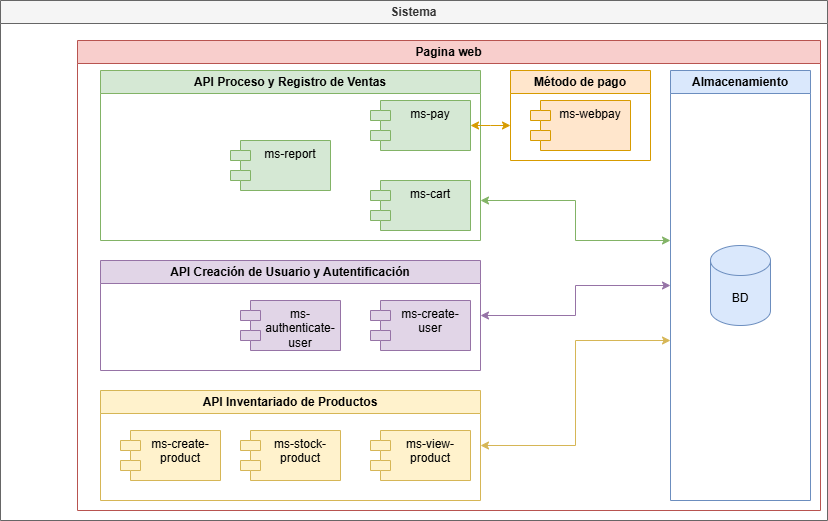
b-cayuela-once/nuevoferremas keeps this draw.io diagram as Diagrama FERREMAS.png. Above is the earlier version. Source tidied: cells renumbered, new cells last; positions are measured from the earlier drawing's top-left corner, leaving out a move shared by most shapes.
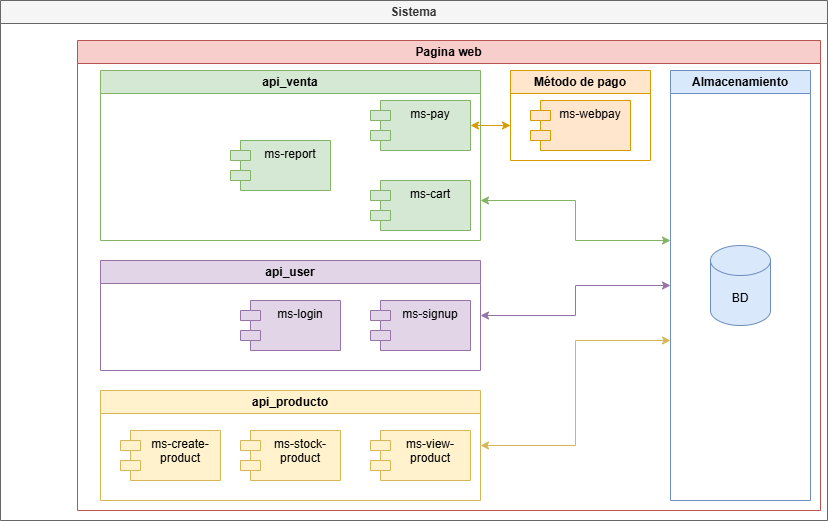
Later version of the same file.

Change to the diagram source:
```diff
@@ -16,13 +16,13 @@
     <mxCell id="5" style="edgeStyle=orthogonalEdgeStyle;rounded=0;jettySize=auto;html=1;entryX=0;entryY=0.5;entryDx=0;entryDy=0;startArrow=classic;startFill=1;strokeColor=#9673a6;fillColor=#e1d5e7;" parent="4" edge="1" source="6" target="14">
       <mxGeometry relative="1" as="geometry" />
     </mxCell>
-    <mxCell id="6" value="API Creación de Usuario y Autentificación" style="swimlane;whiteSpace=wrap;html=1;fillColor=#e1d5e7;strokeColor=#9673a6;" parent="4" vertex="1">
+    <mxCell id="6" value="api_user" style="swimlane;whiteSpace=wrap;html=1;fillColor=#e1d5e7;strokeColor=#9673a6;" parent="4" vertex="1">
       <mxGeometry x="100" y="260" width="380" height="110" as="geometry" />
     </mxCell>
-    <mxCell id="7" value="ms-create-user" style="shape=module;align=left;spacingLeft=20;align=center;verticalAlign=top;whiteSpace=wrap;html=1;fillColor=#e1d5e7;strokeColor=#9673a6;" parent="6" vertex="1">
+    <mxCell id="7" value="ms-signup" style="shape=module;align=left;spacingLeft=20;align=center;verticalAlign=top;whiteSpace=wrap;html=1;fillColor=#e1d5e7;strokeColor=#9673a6;" parent="6" vertex="1">
       <mxGeometry x="270" y="40" width="100" height="50" as="geometry" />
     </mxCell>
-    <mxCell id="8" value="ms-authenticate-user" style="shape=module;align=left;spacingLeft=20;align=center;verticalAlign=top;whiteSpace=wrap;html=1;fillColor=#e1d5e7;strokeColor=#9673a6;" parent="6" vertex="1">
+    <mxCell id="8" value="ms-login" style="shape=module;align=left;spacingLeft=20;align=center;verticalAlign=top;whiteSpace=wrap;html=1;fillColor=#e1d5e7;strokeColor=#9673a6;" parent="6" vertex="1">
       <mxGeometry x="140" y="40" width="100" height="50" as="geometry" />
     </mxCell>
     <mxCell id="9" style="edgeStyle=orthogonalEdgeStyle;rounded=0;jettySize=auto;html=1;startArrow=classic;startFill=1;strokeColor=#d6b656;fillColor=#fff2cc;" parent="4" edge="1" source="10">
@@ -34,7 +34,7 @@
         </Array>
       </mxGeometry>
     </mxCell>
-    <mxCell id="10" value="API Inventariado de Productos" style="swimlane;whiteSpace=wrap;html=1;fillColor=#fff2cc;strokeColor=#d6b656;" parent="4" vertex="1">
+    <mxCell id="10" value="api_producto" style="swimlane;whiteSpace=wrap;html=1;fillColor=#fff2cc;strokeColor=#d6b656;" parent="4" vertex="1">
       <mxGeometry x="100" y="390" width="380" height="110" as="geometry" />
     </mxCell>
     <mxCell id="11" value="ms-stock-product" style="shape=module;align=left;spacingLeft=20;align=center;verticalAlign=top;whiteSpace=wrap;html=1;fillColor=#fff2cc;strokeColor=#d6b656;" parent="10" vertex="1">
@@ -68,7 +68,7 @@
         </Array>
       </mxGeometry>
     </mxCell>
-    <mxCell id="19" value="API Proceso y Registro de Ventas" style="swimlane;whiteSpace=wrap;html=1;fillColor=#d5e8d4;strokeColor=#82b366;" parent="4" vertex="1">
+    <mxCell id="19" value="api_venta" style="swimlane;whiteSpace=wrap;html=1;fillColor=#d5e8d4;strokeColor=#82b366;" parent="4" vertex="1">
       <mxGeometry x="100" y="70" width="380" height="170" as="geometry" />
     </mxCell>
     <mxCell id="20" value="ms-cart" style="shape=module;align=left;spacingLeft=20;align=center;verticalAlign=top;whiteSpace=wrap;html=1;fillColor=#d5e8d4;strokeColor=#82b366;" parent="19" vertex="1">
```
